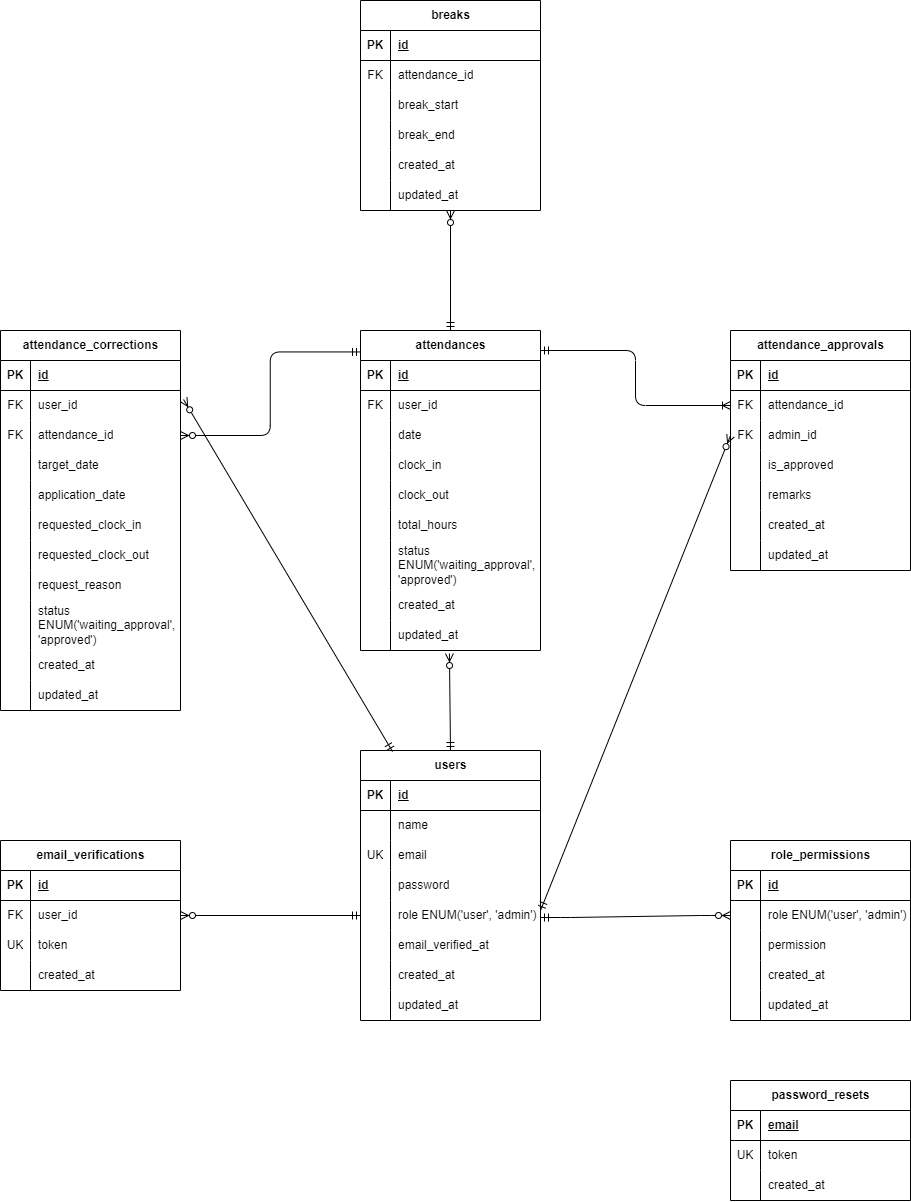
The draw.io diagram ER.drawio.png in shimodum/mockcase-attendance, before a commit. Source tidied: cells renumbered, new cells last; positions are measured from the earlier drawing's top-left corner, leaving out a move shared by most shapes.
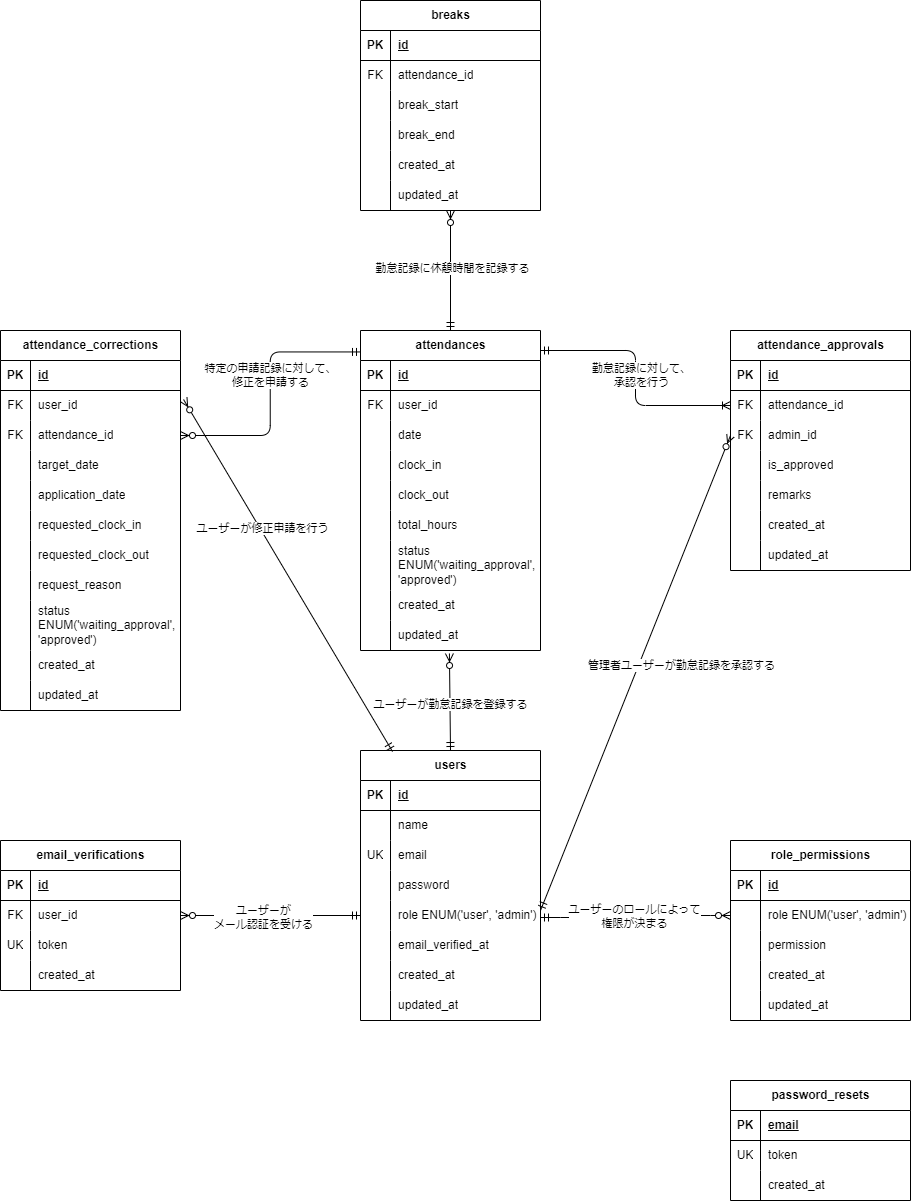
Later version of the same file.

Change to the diagram source:
```diff
@@ -506,17 +506,33 @@
     <mxCell id="169" style="fontSize=12;html=1;endArrow=ERzeroToMany;startArrow=ERmandOne;exitX=0.5;exitY=0;exitDx=0;exitDy=0;entryX=0.494;entryY=1.1;entryDx=0;entryDy=0;entryPerimeter=0;" parent="1" edge="1" source="65" target="131">
       <mxGeometry relative="1" as="geometry" />
     </mxCell>
+    <mxCell id="177" value="ユーザーが勤怠記録を登録する" style="edgeLabel;html=1;align=center;verticalAlign=middle;" parent="169" vertex="1">
+      <mxGeometry x="-0.05" relative="1" as="geometry" />
+    </mxCell>
     <mxCell id="170" style="fontSize=12;html=1;endArrow=ERzeroToMany;startArrow=ERmandOne;entryX=1.017;entryY=0.3;entryDx=0;entryDy=0;entryPerimeter=0;exitX=0.178;exitY=0.004;exitDx=0;exitDy=0;exitPerimeter=0;" parent="1" edge="1" source="65" target="25">
       <mxGeometry relative="1" as="geometry" />
     </mxCell>
+    <mxCell id="178" value="ユーザーが修正申請を行う" style="edgeLabel;html=1;align=center;verticalAlign=middle;" parent="170" vertex="1">
+      <mxGeometry x="0.26" y="-1" relative="1" as="geometry">
+        <mxPoint y="-1" as="offset" />
+      </mxGeometry>
+    </mxCell>
     <mxCell id="171" style="fontSize=12;html=1;endArrow=ERzeroToMany;startArrow=ERmandOne;entryX=0;entryY=0.5;entryDx=0;entryDy=0;" parent="1" edge="1" target="141">
       <mxGeometry relative="1" as="geometry">
         <mxPoint x="540" y="910" as="sourcePoint" />
       </mxGeometry>
     </mxCell>
+    <mxCell id="179" value="管理者ユーザーが勤怠記録を承認する" style="edgeLabel;html=1;align=center;verticalAlign=middle;" parent="171" vertex="1">
+      <mxGeometry x="0.04" relative="1" as="geometry">
+        <mxPoint x="41" y="3" as="offset" />
+      </mxGeometry>
+    </mxCell>
     <mxCell id="172" style="fontSize=12;html=1;endArrow=ERzeroToMany;startArrow=ERmandOne;entryX=1;entryY=0.5;entryDx=0;entryDy=0;exitX=0;exitY=0.5;exitDx=0;exitDy=0;" parent="1" edge="1" source="78" target="160">
       <mxGeometry relative="1" as="geometry" />
     </mxCell>
+    <mxCell id="180" value="ユーザーが&lt;div&gt;&lt;span style=&quot;background-color: light-dark(#ffffff, var(--ge-dark-color, #121212));&quot;&gt;メール認証を受ける&lt;/span&gt;&lt;br&gt;&lt;/div&gt;" style="edgeLabel;html=1;align=center;verticalAlign=middle;" parent="172" vertex="1">
+      <mxGeometry x="0.08" y="1" relative="1" as="geometry" />
+    </mxCell>
     <mxCell id="173" style="edgeStyle=entityRelationEdgeStyle;fontSize=12;html=1;endArrow=ERzeroToMany;startArrow=ERmandOne;entryX=0;entryY=0.5;entryDx=0;entryDy=0;" parent="1" edge="1" target="94">
       <mxGeometry relative="1" as="geometry">
         <mxPoint x="540" y="917" as="sourcePoint" />
@@ -526,18 +542,32 @@
         </Array>
       </mxGeometry>
     </mxCell>
+    <mxCell id="181" value="ユーザーのロールによって&lt;div&gt;権限が決まる&lt;/div&gt;" style="edgeLabel;html=1;align=center;verticalAlign=middle;" parent="173" vertex="1">
+      <mxGeometry x="-0.01" y="1" relative="1" as="geometry" />
+    </mxCell>
     <mxCell id="174" style="fontSize=12;html=1;endArrow=ERzeroToMany;startArrow=ERmandOne;exitX=0.5;exitY=0;exitDx=0;exitDy=0;" parent="1" edge="1" source="106">
       <mxGeometry relative="1" as="geometry">
         <mxPoint x="450" y="210" as="targetPoint" />
       </mxGeometry>
     </mxCell>
+    <mxCell id="182" value="勤怠記録に休憩時間を記録する" style="edgeLabel;html=1;align=center;verticalAlign=middle;" parent="174" vertex="1">
+      <mxGeometry x="0.03" y="-1" relative="1" as="geometry" />
+    </mxCell>
     <mxCell id="175" style="fontSize=12;html=1;endArrow=ERzeroToMany;startArrow=ERmandOne;edgeStyle=elbowEdgeStyle;exitX=0;exitY=0.067;exitDx=0;exitDy=0;exitPerimeter=0;entryX=1;entryY=0.5;entryDx=0;entryDy=0;" parent="1" edge="1" source="106" target="28">
       <mxGeometry relative="1" as="geometry" />
     </mxCell>
+    <mxCell id="183" value="特定の申請記録に対して、&lt;div&gt;修正を申請する&lt;/div&gt;" style="edgeLabel;html=1;align=center;verticalAlign=middle;" parent="175" vertex="1">
+      <mxGeometry x="-0.14" relative="1" as="geometry" />
+    </mxCell>
     <mxCell id="176" style="edgeStyle=elbowEdgeStyle;fontSize=12;html=1;endArrow=ERoneToMany;startArrow=ERmandOne;entryX=0;entryY=0.5;entryDx=0;entryDy=0;" parent="1" edge="1" target="138">
       <mxGeometry relative="1" as="geometry">
         <mxPoint x="540" y="350" as="sourcePoint" />
       </mxGeometry>
     </mxCell>
+    <mxCell id="184" value="勤怠記録に対して、&lt;div&gt;承認を行う&lt;/div&gt;" style="edgeLabel;html=1;align=center;verticalAlign=middle;" parent="176" vertex="1">
+      <mxGeometry x="-0.09" relative="1" as="geometry">
+        <mxPoint x="5" y="8" as="offset" />
+      </mxGeometry>
+    </mxCell>
   </root>
 </mxGraphModel>
```
